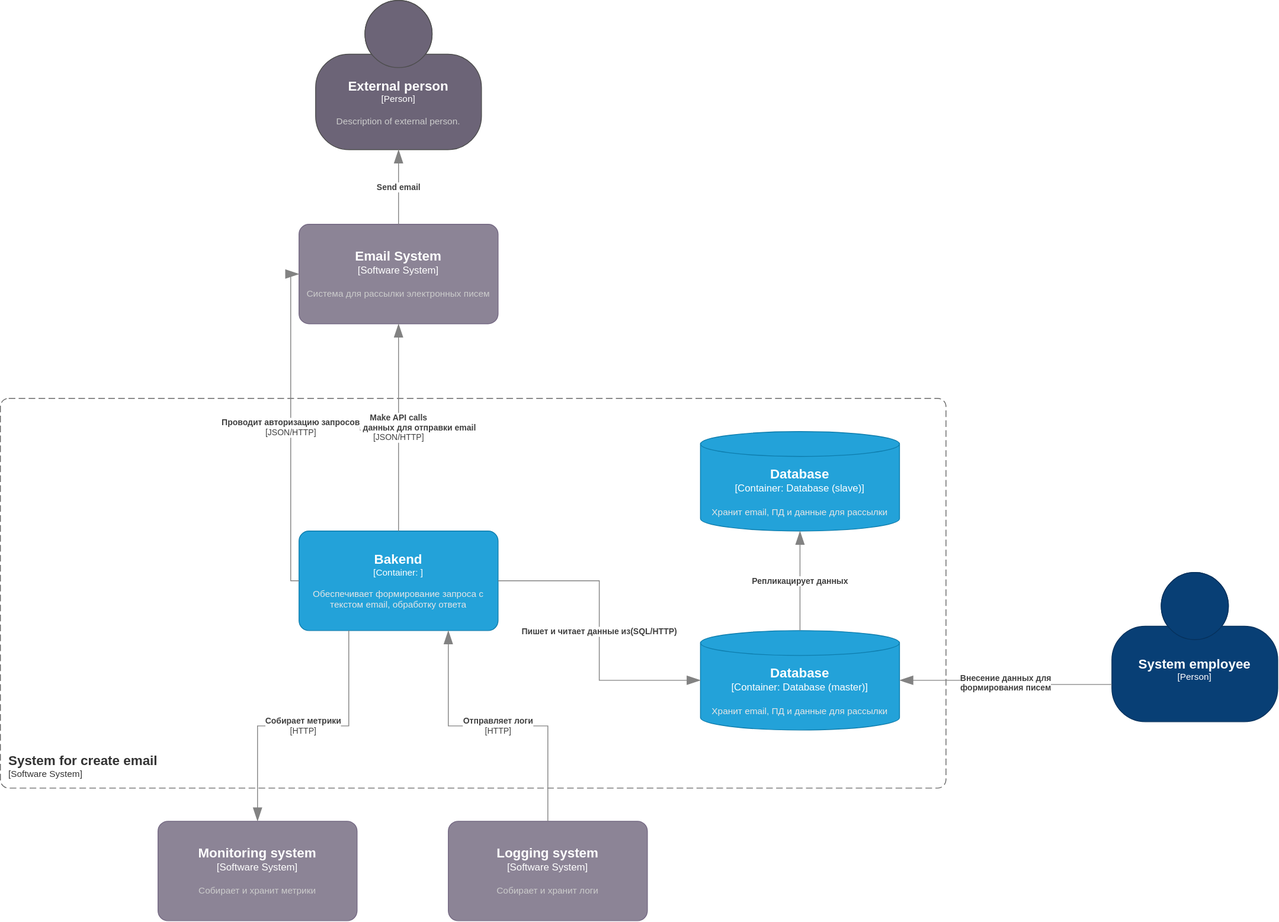
Before: Project_Task3/Container_diagram_Task3drawio.svg, a diagram exported from draw.io (NikpeFreiheit/Analyst_test_GV). Source tidied: cells renumbered, new cells last; positions are measured from the earlier drawing's top-left corner, leaving out a move shared by most shapes. The source it was exported from:
```xml
<mxGraphModel>
  <root>
    <mxCell id="0" />
    <mxCell id="1" parent="0" />
    <object id="2" label="&lt;font style=&quot;font-size: 16px&quot;&gt;&lt;b&gt;%c4Name%&lt;/b&gt;&lt;/font&gt;&lt;div&gt;[%c4Type%]&lt;/div&gt;&lt;br&gt;&lt;div&gt;&lt;font style=&quot;font-size: 11px&quot;&gt;&lt;font color=&quot;#cccccc&quot;&gt;%c4Description%&lt;/font&gt;&lt;/div&gt;" c4Description="Система для рассылки электронных писем" c4Name="Email System" c4Type="Software System" placeholders="1">
      <mxCell style="rounded=1;whiteSpace=wrap;html=1;labelBackgroundColor=none;fillColor=#8C8496;fontColor=#ffffff;align=center;arcSize=10;strokeColor=#736782;points=[[0.25,0,0],[0.5,0,0],[0.75,0,0],[1,0.25,0],[1,0.5,0],[1,0.75,0],[0.75,1,0],[0.5,1,0],[0.25,1,0],[0,0.75,0],[0,0.5,0],[0,0.25,0]];" parent="1" vertex="1">
        <mxGeometry x="360" y="270" width="240" height="120" as="geometry" />
      </mxCell>
    </object>
    <object id="3" label="&lt;font style=&quot;font-size: 16px&quot;&gt;&lt;b&gt;%c4Name%&lt;/b&gt;&lt;/font&gt;&lt;div&gt;[%c4Type%]&lt;/div&gt;&lt;br&gt;&lt;div&gt;&lt;font style=&quot;font-size: 11px&quot;&gt;&lt;font color=&quot;#cccccc&quot;&gt;%c4Description%&lt;/font&gt;&lt;/div&gt;" c4Description="Description of external person." c4Name="External person" c4Type="Person" placeholders="1">
      <mxCell style="html=1;fontSize=11;dashed=0;whiteSpace=wrap;fillColor=#6C6477;strokeColor=#4D4D4D;fontColor=#ffffff;shape=mxgraph.c4.person2;align=center;points=[[0.5,0,0],[1,0.5,0],[1,0.75,0],[0.75,1,0],[0.5,1,0],[0.25,1,0],[0,0.75,0],[0,0.5,0]];" parent="1" vertex="1">
        <mxGeometry x="380" width="200" height="180" as="geometry" />
      </mxCell>
    </object>
    <object id="4" label="&lt;div style=&quot;text-align: left&quot;&gt;&lt;div style=&quot;text-align: center&quot;&gt;&lt;b&gt;%c4Description%&lt;/b&gt;&lt;/div&gt;" c4Description="Send email" c4Type="Relationship" placeholders="1">
      <mxCell style="endArrow=blockThin;html=1;fontSize=10;fontColor=#404040;strokeWidth=1;endFill=1;strokeColor=#828282;elbow=vertical;endSize=14;startSize=14;jumpStyle=arc;jumpSize=16;rounded=0;edgeStyle=orthogonalEdgeStyle;exitX=0.5;exitY=0;exitDx=0;exitDy=0;exitPerimeter=0;" parent="1" edge="1" source="2" target="3">
        <mxGeometry relative="1" as="geometry" />
      </mxCell>
    </object>
    <object id="5" label="&lt;font style=&quot;font-size: 16px&quot;&gt;&lt;b&gt;&lt;div style=&quot;text-align: left&quot;&gt;%c4Name%&lt;/div&gt;&lt;/b&gt;&lt;/font&gt;&lt;div style=&quot;text-align: left&quot;&gt;[%c4Application%]&lt;/div&gt;" c4Application="Software System" c4Name="System for create email" c4Type="SystemScopeBoundary" placeholders="1">
      <mxCell style="rounded=1;fontSize=11;whiteSpace=wrap;html=1;dashed=1;arcSize=20;fillColor=none;strokeColor=#666666;fontColor=#333333;labelBackgroundColor=none;align=left;verticalAlign=bottom;labelBorderColor=none;spacingTop=0;spacing=10;dashPattern=8 4;perimeter=rectanglePerimeter;noLabel=0;labelPadding=0;absoluteArcSize=1;" parent="1" vertex="1">
        <mxGeometry y="480" width="1140" height="470" as="geometry" />
      </mxCell>
    </object>
    <object id="6" label="&lt;font style=&quot;font-size: 16px&quot;&gt;&lt;b&gt;%c4Name%&lt;/b&gt;&lt;/font&gt;&lt;div&gt;[%c4Type%: %c4Technology%]&lt;/div&gt;&lt;br&gt;&lt;div&gt;&lt;font style=&quot;font-size: 11px&quot;&gt;&lt;font color=&quot;#E6E6E6&quot;&gt;%c4Description%&lt;/font&gt;&lt;/div&gt;" c4Description="Обеспечивает формирование запроса с текстом email, обработку ответа" c4Name="Bakend" c4Technology="" c4Type="Container" placeholders="1">
      <mxCell style="rounded=1;whiteSpace=wrap;html=1;fontSize=11;labelBackgroundColor=none;fillColor=#23A2D9;fontColor=#ffffff;align=center;arcSize=10;strokeColor=#0E7DAD;points=[[0.25,0,0],[0.5,0,0],[0.75,0,0],[1,0.25,0],[1,0.5,0],[1,0.75,0],[0.75,1,0],[0.5,1,0],[0.25,1,0],[0,0.75,0],[0,0.5,0],[0,0.25,0]];" parent="1" vertex="1">
        <mxGeometry x="360" y="640" width="240" height="120" as="geometry" />
      </mxCell>
    </object>
    <object id="7" label="&lt;font style=&quot;font-size: 16px&quot;&gt;&lt;b&gt;%c4Type%&lt;/b&gt;&lt;/font&gt;&lt;div&gt;[%c4Container%:&amp;nbsp;%c4Technology%]&lt;/div&gt;&lt;br&gt;&lt;div&gt;&lt;font style=&quot;font-size: 11px&quot;&gt;&lt;font color=&quot;#E6E6E6&quot;&gt;%c4Description%&lt;/font&gt;&lt;/div&gt;" c4Container="Container" c4Description="Хранит email, ПД и данные для рассылки" c4Technology="Database (master)" c4Type="Database" placeholders="1">
      <mxCell style="shape=cylinder3;size=15;whiteSpace=wrap;html=1;boundedLbl=1;rounded=0;labelBackgroundColor=none;fillColor=#23A2D9;fontSize=12;fontColor=#ffffff;align=center;strokeColor=#0E7DAD;points=[[0.5,0,0],[1,0.25,0],[1,0.5,0],[1,0.75,0],[0.5,1,0],[0,0.75,0],[0,0.5,0],[0,0.25,0]];" parent="1" vertex="1">
        <mxGeometry x="844" y="760" width="240" height="120" as="geometry" />
      </mxCell>
    </object>
    <object id="8" label="&lt;div style=&quot;text-align: left&quot;&gt;&lt;div style=&quot;text-align: center&quot;&gt;&lt;b&gt;%c4Description%&lt;/b&gt;&lt;/div&gt;" c4Description="Пишет и читает данные из(SQL/HTTP)" c4Type="Relationship" placeholders="1">
      <mxCell style="endArrow=blockThin;html=1;fontSize=10;fontColor=#404040;strokeWidth=1;endFill=1;strokeColor=#828282;elbow=vertical;endSize=14;startSize=14;jumpStyle=arc;jumpSize=16;rounded=0;edgeStyle=orthogonalEdgeStyle;exitX=1;exitY=0.5;exitDx=0;exitDy=0;exitPerimeter=0;entryX=0;entryY=0.5;entryDx=0;entryDy=0;entryPerimeter=0;" parent="1" edge="1" source="6" target="7">
        <mxGeometry relative="1" as="geometry" />
      </mxCell>
    </object>
    <object id="9" label="&lt;div style=&quot;text-align: left&quot;&gt;&lt;div style=&quot;text-align: center&quot;&gt;&lt;b&gt;%c4Description%&lt;/b&gt;&lt;/div&gt;&lt;div style=&quot;text-align: center&quot;&gt;[%c4Technology%]&lt;/div&gt;&lt;/div&gt;" c4Description="Make API calls&#10;Передача данных для отправки email" c4Technology="JSON/HTTP" c4Type="Relationship" placeholders="1">
      <mxCell style="endArrow=blockThin;html=1;fontSize=10;fontColor=#404040;strokeWidth=1;endFill=1;strokeColor=#828282;elbow=vertical;endSize=14;startSize=14;jumpStyle=arc;jumpSize=16;rounded=0;edgeStyle=orthogonalEdgeStyle;entryX=0.5;entryY=1;entryDx=0;entryDy=0;entryPerimeter=0;exitX=0.5;exitY=0;exitDx=0;exitDy=0;exitPerimeter=0;" parent="1" edge="1" source="6" target="2">
        <mxGeometry relative="1" as="geometry" />
      </mxCell>
    </object>
    <object id="10" label="&lt;font style=&quot;font-size: 16px&quot;&gt;&lt;b&gt;%c4Name%&lt;/b&gt;&lt;/font&gt;&lt;div&gt;[%c4Type%]&lt;/div&gt;&lt;br&gt;&lt;div&gt;&lt;font style=&quot;font-size: 11px&quot;&gt;&lt;font color=&quot;#cccccc&quot;&gt;%c4Description%&lt;/font&gt;&lt;/div&gt;" c4Description="Собирает и хранит логи" c4Name="Logging system" c4Type="Software System" placeholders="1">
      <mxCell style="rounded=1;whiteSpace=wrap;html=1;labelBackgroundColor=none;fillColor=#8C8496;fontColor=#ffffff;align=center;arcSize=10;strokeColor=#736782;points=[[0.25,0,0],[0.5,0,0],[0.75,0,0],[1,0.25,0],[1,0.5,0],[1,0.75,0],[0.75,1,0],[0.5,1,0],[0.25,1,0],[0,0.75,0],[0,0.5,0],[0,0.25,0]];" parent="1" vertex="1">
        <mxGeometry x="540" y="990" width="240" height="120" as="geometry" />
      </mxCell>
    </object>
    <object id="11" label="&lt;font style=&quot;font-size: 16px&quot;&gt;&lt;b&gt;%c4Name%&lt;/b&gt;&lt;/font&gt;&lt;div&gt;[%c4Type%]&lt;/div&gt;&lt;br&gt;&lt;div&gt;&lt;font style=&quot;font-size: 11px&quot;&gt;&lt;font color=&quot;#cccccc&quot;&gt;%c4Description%&lt;/font&gt;&lt;/div&gt;" c4Description="" c4Name="System employee" c4Type="Person" placeholders="1">
      <mxCell style="html=1;fontSize=11;dashed=0;whiteSpace=wrap;fillColor=#083F75;strokeColor=#06315C;fontColor=#ffffff;shape=mxgraph.c4.person2;align=center;points=[[0.5,0,0],[1,0.5,0],[1,0.75,0],[0.75,1,0],[0.5,1,0],[0.25,1,0],[0,0.75,0],[0,0.5,0]];" parent="1" vertex="1">
        <mxGeometry x="1340" y="690" width="200" height="180" as="geometry" />
      </mxCell>
    </object>
    <object id="12" label="&lt;div style=&quot;text-align: left&quot;&gt;&lt;div style=&quot;text-align: center&quot;&gt;&lt;b&gt;%c4Description%&lt;/b&gt;&lt;/div&gt;" c4Description="Внесение данных для &#10;формирования писем" c4Type="Relationship" placeholders="1">
      <mxCell style="endArrow=blockThin;html=1;fontSize=10;fontColor=#404040;strokeWidth=1;endFill=1;strokeColor=#828282;elbow=vertical;endSize=14;startSize=14;jumpStyle=arc;jumpSize=16;rounded=0;edgeStyle=orthogonalEdgeStyle;exitX=0;exitY=0.75;exitDx=0;exitDy=0;exitPerimeter=0;entryX=1;entryY=0.5;entryDx=0;entryDy=0;entryPerimeter=0;" parent="1" edge="1" source="11" target="7">
        <mxGeometry relative="1" as="geometry" />
      </mxCell>
    </object>
    <object id="13" label="&lt;font style=&quot;font-size: 16px&quot;&gt;&lt;b&gt;%c4Type%&lt;/b&gt;&lt;/font&gt;&lt;div&gt;[%c4Container%:&amp;nbsp;%c4Technology%]&lt;/div&gt;&lt;br&gt;&lt;div&gt;&lt;font style=&quot;font-size: 11px&quot;&gt;&lt;font color=&quot;#E6E6E6&quot;&gt;%c4Description%&lt;/font&gt;&lt;/div&gt;" c4Container="Container" c4Description="Хранит email, ПД и данные для рассылки" c4Technology="Database (slave)" c4Type="Database" placeholders="1">
      <mxCell style="shape=cylinder3;size=15;whiteSpace=wrap;html=1;boundedLbl=1;rounded=0;labelBackgroundColor=none;fillColor=#23A2D9;fontSize=12;fontColor=#ffffff;align=center;strokeColor=#0E7DAD;points=[[0.5,0,0],[1,0.25,0],[1,0.5,0],[1,0.75,0],[0.5,1,0],[0,0.75,0],[0,0.5,0],[0,0.25,0]];" parent="1" vertex="1">
        <mxGeometry x="844" y="520" width="240" height="120" as="geometry" />
      </mxCell>
    </object>
    <object id="14" label="&lt;div style=&quot;text-align: left&quot;&gt;&lt;div style=&quot;text-align: center&quot;&gt;&lt;b&gt;%c4Description%&lt;/b&gt;&lt;/div&gt;" c4Description="Репликацирует данных" c4Type="Relationship" placeholders="1">
      <mxCell style="endArrow=blockThin;html=1;fontSize=10;fontColor=#404040;strokeWidth=1;endFill=1;strokeColor=#828282;elbow=vertical;endSize=14;startSize=14;jumpStyle=arc;jumpSize=16;rounded=0;edgeStyle=orthogonalEdgeStyle;exitX=0.5;exitY=0;exitDx=0;exitDy=0;exitPerimeter=0;entryX=0.5;entryY=1;entryDx=0;entryDy=0;entryPerimeter=0;" parent="1" edge="1" source="7" target="13">
        <mxGeometry relative="1" as="geometry" />
      </mxCell>
    </object>
    <object id="15" label="&lt;div style=&quot;text-align: left&quot;&gt;&lt;div style=&quot;text-align: center&quot;&gt;&lt;b&gt;%c4Description%&lt;/b&gt;&lt;/div&gt;&lt;div style=&quot;text-align: center&quot;&gt;[%c4Technology%]&lt;/div&gt;&lt;/div&gt;" c4Description="Проводит авторизацию запросов" c4Technology="JSON/HTTP" c4Type="Relationship" placeholders="1">
      <mxCell style="endArrow=blockThin;html=1;fontSize=10;fontColor=#404040;strokeWidth=1;endFill=1;strokeColor=#828282;elbow=vertical;endSize=14;startSize=14;jumpStyle=arc;jumpSize=16;rounded=0;edgeStyle=orthogonalEdgeStyle;exitX=0;exitY=0.5;exitDx=0;exitDy=0;exitPerimeter=0;entryX=0;entryY=0.5;entryDx=0;entryDy=0;entryPerimeter=0;" parent="1" edge="1" source="6" target="2">
        <mxGeometry relative="1" as="geometry" />
      </mxCell>
    </object>
    <object id="16" label="&lt;font style=&quot;font-size: 16px&quot;&gt;&lt;b&gt;%c4Name%&lt;/b&gt;&lt;/font&gt;&lt;div&gt;[%c4Type%]&lt;/div&gt;&lt;br&gt;&lt;div&gt;&lt;font style=&quot;font-size: 11px&quot;&gt;&lt;font color=&quot;#cccccc&quot;&gt;%c4Description%&lt;/font&gt;&lt;/div&gt;" c4Description="Собирает и хранит метрики" c4Name="Monitoring system" c4Type="Software System" placeholders="1">
      <mxCell style="rounded=1;whiteSpace=wrap;html=1;labelBackgroundColor=none;fillColor=#8C8496;fontColor=#ffffff;align=center;arcSize=10;strokeColor=#736782;points=[[0.25,0,0],[0.5,0,0],[0.75,0,0],[1,0.25,0],[1,0.5,0],[1,0.75,0],[0.75,1,0],[0.5,1,0],[0.25,1,0],[0,0.75,0],[0,0.5,0],[0,0.25,0]];" parent="1" vertex="1">
        <mxGeometry x="190" y="990" width="240" height="120" as="geometry" />
      </mxCell>
    </object>
    <object id="17" label="&lt;div style=&quot;text-align: left&quot;&gt;&lt;div style=&quot;text-align: center&quot;&gt;&lt;b&gt;%c4Description%&lt;/b&gt;&lt;/div&gt;&lt;div style=&quot;text-align: center&quot;&gt;[%c4Technology%]&lt;/div&gt;&lt;/div&gt;" c4Description="Отправляет логи" c4Technology="HTTP" c4Type="Relationship" placeholders="1">
      <mxCell style="endArrow=blockThin;html=1;fontSize=10;fontColor=#404040;strokeWidth=1;endFill=1;strokeColor=#828282;elbow=vertical;endSize=14;startSize=14;jumpStyle=arc;jumpSize=16;rounded=0;edgeStyle=orthogonalEdgeStyle;exitX=0.5;exitY=0;exitDx=0;exitDy=0;exitPerimeter=0;entryX=0.75;entryY=1;entryDx=0;entryDy=0;entryPerimeter=0;" parent="1" edge="1" source="10" target="6">
        <mxGeometry relative="1" as="geometry" />
      </mxCell>
    </object>
    <object id="18" label="&lt;div style=&quot;text-align: left&quot;&gt;&lt;div style=&quot;text-align: center&quot;&gt;&lt;b&gt;%c4Description%&lt;/b&gt;&lt;/div&gt;&lt;div style=&quot;text-align: center&quot;&gt;[%c4Technology%]&lt;/div&gt;&lt;/div&gt;" c4Description="Собирает метрики" c4Technology="HTTP" c4Type="Relationship" placeholders="1">
      <mxCell style="endArrow=blockThin;html=1;fontSize=10;fontColor=#404040;strokeWidth=1;endFill=1;strokeColor=#828282;elbow=vertical;endSize=14;startSize=14;jumpStyle=arc;jumpSize=16;rounded=0;edgeStyle=orthogonalEdgeStyle;exitX=0.25;exitY=1;exitDx=0;exitDy=0;exitPerimeter=0;" parent="1" edge="1" source="6" target="16">
        <mxGeometry relative="1" as="geometry" />
      </mxCell>
    </object>
  </root>
</mxGraphModel>
```
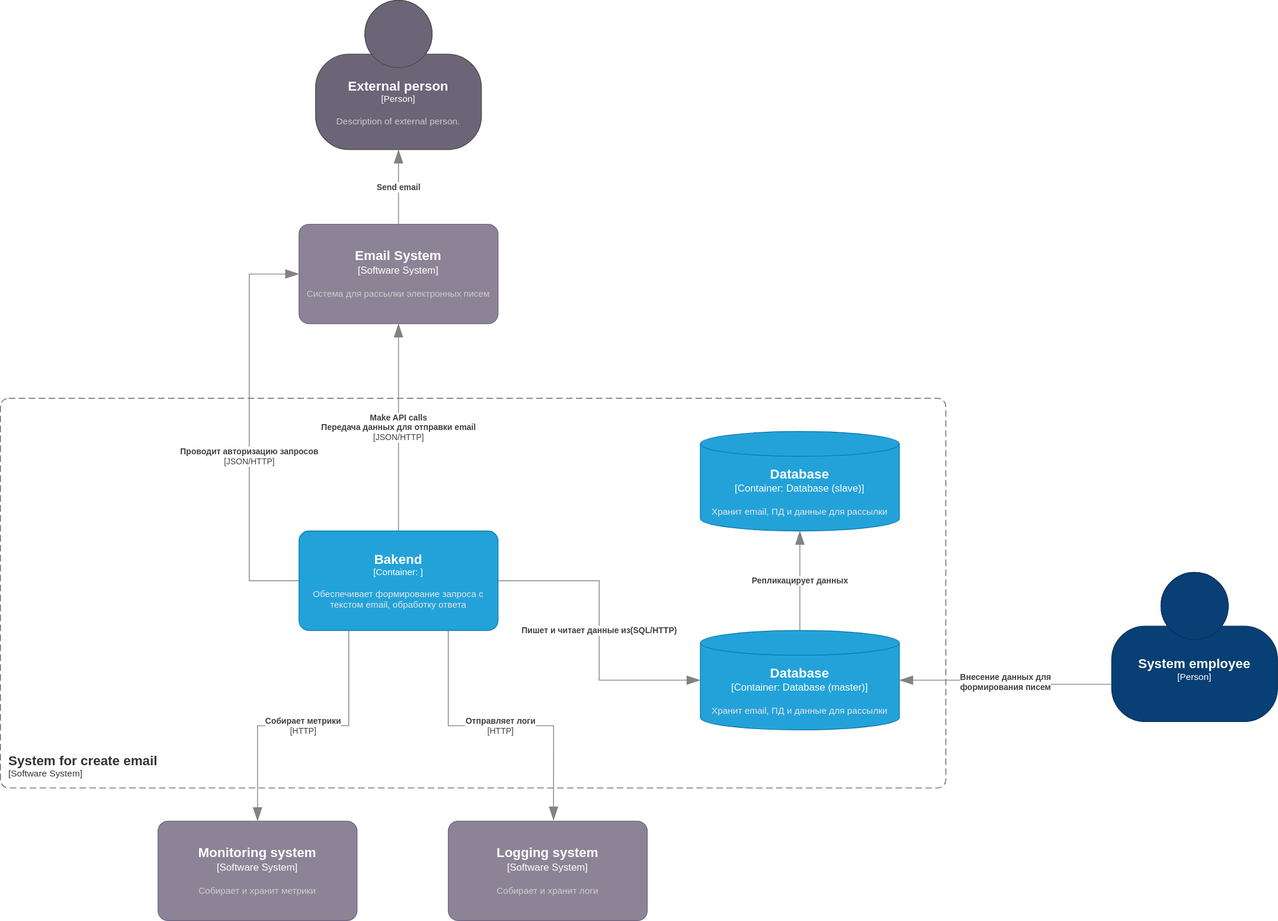
After the change.

What changed in the source:
```diff
@@ -69,7 +69,12 @@
     </object>
     <object id="15" label="&lt;div style=&quot;text-align: left&quot;&gt;&lt;div style=&quot;text-align: center&quot;&gt;&lt;b&gt;%c4Description%&lt;/b&gt;&lt;/div&gt;&lt;div style=&quot;text-align: center&quot;&gt;[%c4Technology%]&lt;/div&gt;&lt;/div&gt;" c4Description="Проводит авторизацию запросов" c4Technology="JSON/HTTP" c4Type="Relationship" placeholders="1">
       <mxCell style="endArrow=blockThin;html=1;fontSize=10;fontColor=#404040;strokeWidth=1;endFill=1;strokeColor=#828282;elbow=vertical;endSize=14;startSize=14;jumpStyle=arc;jumpSize=16;rounded=0;edgeStyle=orthogonalEdgeStyle;exitX=0;exitY=0.5;exitDx=0;exitDy=0;exitPerimeter=0;entryX=0;entryY=0.5;entryDx=0;entryDy=0;entryPerimeter=0;" parent="1" edge="1" source="6" target="2">
-        <mxGeometry relative="1" as="geometry" />
+        <mxGeometry x="-0.14" relative="1" as="geometry">
+          <Array as="points">
+            <mxPoint x="300" y="700" />
+            <mxPoint x="300" y="330" />
+          </Array>
+        </mxGeometry>
       </mxCell>
     </object>
     <object id="16" label="&lt;font style=&quot;font-size: 16px&quot;&gt;&lt;b&gt;%c4Name%&lt;/b&gt;&lt;/font&gt;&lt;div&gt;[%c4Type%]&lt;/div&gt;&lt;br&gt;&lt;div&gt;&lt;font style=&quot;font-size: 11px&quot;&gt;&lt;font color=&quot;#cccccc&quot;&gt;%c4Description%&lt;/font&gt;&lt;/div&gt;" c4Description="Собирает и хранит метрики" c4Name="Monitoring system" c4Type="Software System" placeholders="1">
@@ -78,7 +83,7 @@
       </mxCell>
     </object>
     <object id="17" label="&lt;div style=&quot;text-align: left&quot;&gt;&lt;div style=&quot;text-align: center&quot;&gt;&lt;b&gt;%c4Description%&lt;/b&gt;&lt;/div&gt;&lt;div style=&quot;text-align: center&quot;&gt;[%c4Technology%]&lt;/div&gt;&lt;/div&gt;" c4Description="Отправляет логи" c4Technology="HTTP" c4Type="Relationship" placeholders="1">
-      <mxCell style="endArrow=blockThin;html=1;fontSize=10;fontColor=#404040;strokeWidth=1;endFill=1;strokeColor=#828282;elbow=vertical;endSize=14;startSize=14;jumpStyle=arc;jumpSize=16;rounded=0;edgeStyle=orthogonalEdgeStyle;exitX=0.5;exitY=0;exitDx=0;exitDy=0;exitPerimeter=0;entryX=0.75;entryY=1;entryDx=0;entryDy=0;entryPerimeter=0;" parent="1" edge="1" source="10" target="6">
+      <mxCell style="endArrow=blockThin;html=1;fontSize=10;fontColor=#404040;strokeWidth=1;endFill=1;strokeColor=#828282;elbow=vertical;endSize=14;startSize=14;jumpStyle=arc;jumpSize=16;rounded=0;edgeStyle=orthogonalEdgeStyle;entryX=0.529;entryY=-0.008;entryDx=0;entryDy=0;entryPerimeter=0;exitX=0.75;exitY=1;exitDx=0;exitDy=0;exitPerimeter=0;" parent="1" edge="1" source="6" target="10">
         <mxGeometry relative="1" as="geometry" />
       </mxCell>
     </object>
```
